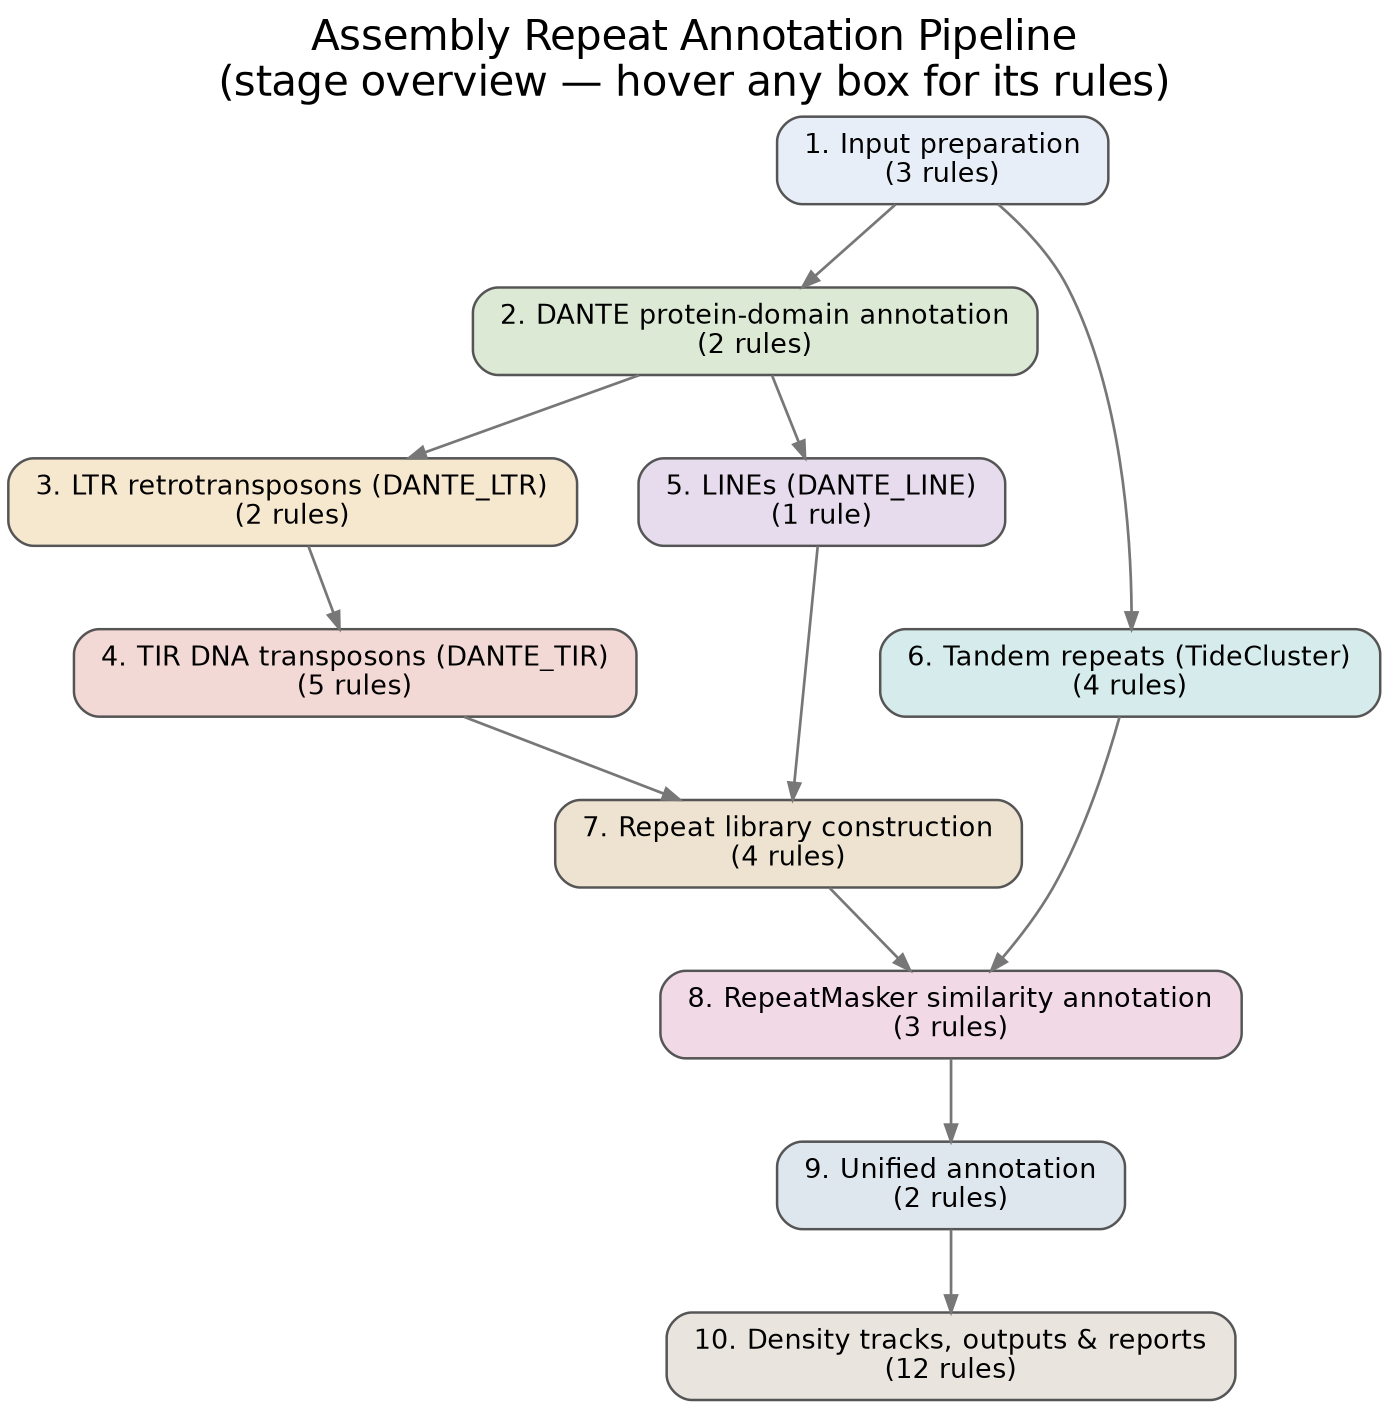
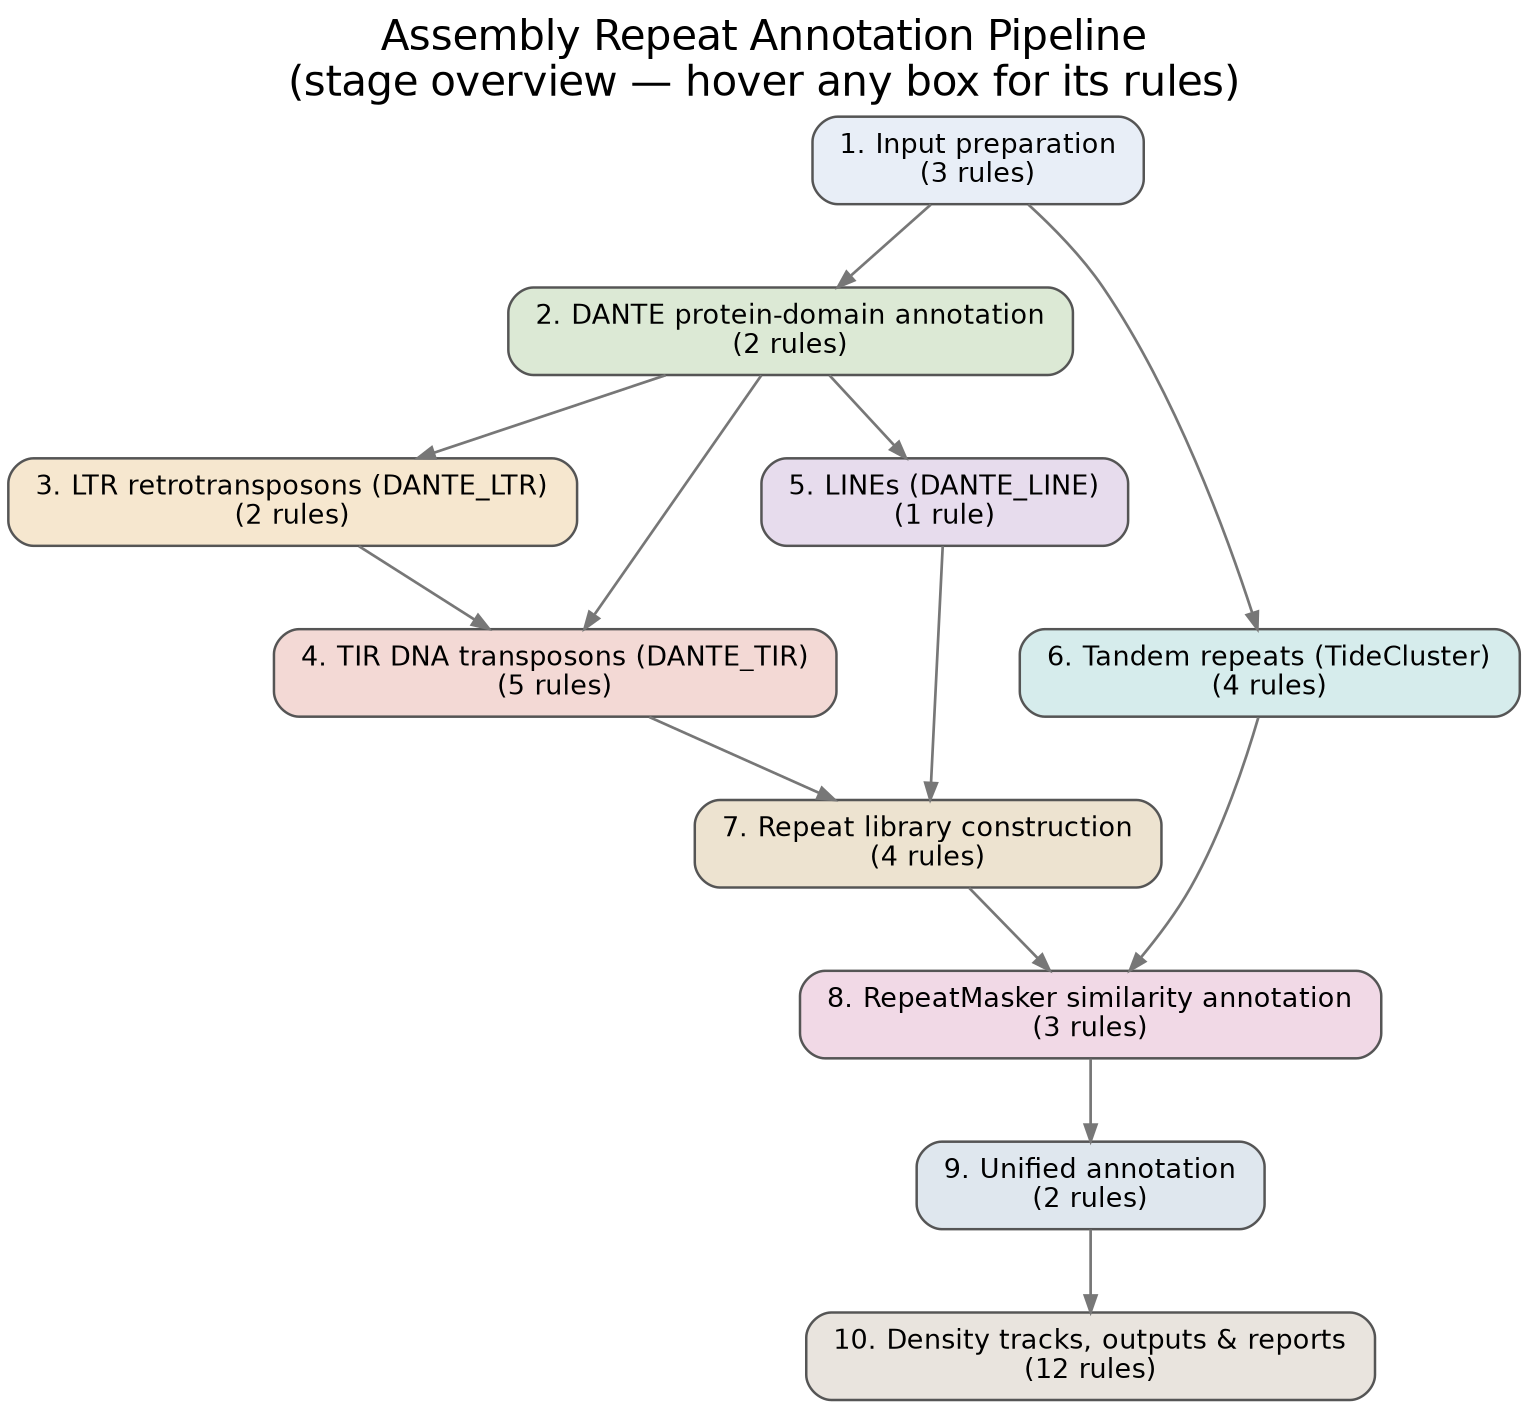
digraph pipeline {
  graph [rankdir=TB, fontname="Helvetica", labelloc="t", fontsize=20, label="Assembly Repeat Annotation Pipeline\n(stage overview — hover any box for its rules)", nodesep=0.4, ranksep=0.55];
  node [shape=box, style="rounded,filled", fontname="Helvetica", fontsize=13, margin="0.18,0.10", penwidth=1.2, color="#555555"];
  edge [color="#777777", penwidth=1.3, arrowsize=0.8];
  "Input preparation" [label="1. Input preparation\n(3 rules)", fillcolor="#E8EEF7", tooltip="clean_genome_fasta — Clean FASTA headers by removing everything after the first whitespace character.\nindex_genome_fasta — Create FASTA index (.fai) for the cleaned genome.\ncalculate_seqlengths — (no description)"];
  "DANTE protein-domain annotation" [label="2. DANTE protein-domain annotation\n(2 rules)", fillcolor="#DCE9D5", tooltip="dante — (no description)\nfilter_dante — (no description)"];
  "LTR retrotransposons (DANTE_LTR)" [label="3. LTR retrotransposons (DANTE_LTR)\n(2 rules)", fillcolor="#F6E7CF", tooltip="dante_ltr — (no description)\nmake_library_of_ltrs — (no description)"];
  "TIR DNA transposons (DANTE_TIR)" [label="4. TIR DNA transposons (DANTE_TIR)\n(5 rules)", fillcolor="#F3D9D5", tooltip="dante_tir — (no description)\ndante_tir_fallback — Fallback TIR detection using TPase domain flanking-region analysis.\nmerge_dante_tir_with_fallback — Merge primary DANTE_TIR and fallback annotations.\nmake_tir_combined_library — Build the TIR repeat library from primary DANTE_TIR elements only.\nbuild_fallback_tir_library — Build the optional DANTE_TIR_FALLBACK-derived library."];
  "LINEs (DANTE_LINE)" [label="5. LINEs (DANTE_LINE)\n(1 rule)", fillcolor="#E7Dced", tooltip="dante_line — (no description)"];
  "Tandem repeats (TideCluster)" [label="6. Tandem repeats (TideCluster)\n(4 rules)", fillcolor="#D6ECEC", tooltip="tidecluster_long — (no description)\ntidecluster_short — (no description)\ntidecluster_reannotate — (no description)\nmerge_tidecluster_default_and_short — (no description)"];
  "Repeat library construction" [label="7. Repeat library construction\n(4 rules)", fillcolor="#EDE3D0", tooltip="make_subclass_2_library — (no description)\nfilter_ltr_rt_library — (no description)\nconcatenate_libraries — (no description)\nreduce_library — Per-classification CAP3 / mmseqs2 dedup of the combined library."];
  "RepeatMasker similarity annotation" [label="8. RepeatMasker similarity annotation\n(3 rules)", fillcolor="#F1D9E6", tooltip="repeatmasker — (no description)\nsubtract_satellites_from_rm — (no description)\nmerge_rm_and_dante — (no description)"];
  "Unified annotation" [label="9. Unified annotation\n(2 rules)", fillcolor="#DfE7EE", tooltip="make_unified_annotation — Produce a single, tier-prioritised repeat annotation GFF3 from all pipeline layers.\nvalidate_classifications — Fail fast if any upstream tool emits a classification not listed in"];
  "Density tracks, outputs & reports" [label="10. Density tracks, outputs & reports\n(12 rules)", fillcolor="#E9E4DE", tooltip="make_summary_statistics_and_split_by_class — Compute summary_statistics.csv and the per-class split GFFs from\nmake_bigwig_density — (no description)\ncalculate_bigwig_density — Genome-wide total density (from the Unified annotation — all repeats,\nmake_unified_tandem_per_family_bigwig — Per-family tandem density BigWigs from the Unified annotation.\nmake_tidecluster_tandem_per_family_bigwig — Per-family STRUCTURAL tandem density BigWigs (TideCluster clustering\nmake_track_for_masking — (no description)\nmake_track_for_Ns — (no description)\nadd_top_level_outputs — (no description)\nadd_html_outputs — (no description)\nmake_summary_plots — (no description)\nmake_benchmark_report — (no description)\nmake_repeat_report — (no description)"];
  "Input preparation" -> "DANTE protein-domain annotation";
  "Input preparation" -> "Tandem repeats (TideCluster)";
  "DANTE protein-domain annotation" -> "LTR retrotransposons (DANTE_LTR)";
+   "DANTE protein-domain annotation" -> "TIR DNA transposons (DANTE_TIR)";
  "DANTE protein-domain annotation" -> "LINEs (DANTE_LINE)";
  "LTR retrotransposons (DANTE_LTR)" -> "TIR DNA transposons (DANTE_TIR)";
  "TIR DNA transposons (DANTE_TIR)" -> "Repeat library construction";
  "LINEs (DANTE_LINE)" -> "Repeat library construction";
  "Tandem repeats (TideCluster)" -> "RepeatMasker similarity annotation";
  "Repeat library construction" -> "RepeatMasker similarity annotation";
  "RepeatMasker similarity annotation" -> "Unified annotation";
  "Unified annotation" -> "Density tracks, outputs & reports";
}